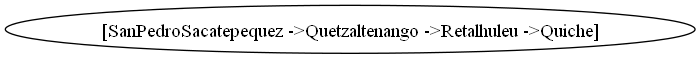
Above: arbolB.png in RudyReyes28/TravelMapGT (Graphviz), before the change. Its source is kept beside it as arbolB.dot.
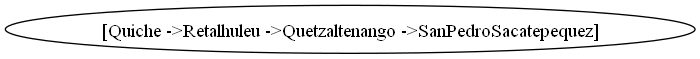
After the change.

The edit, as a diff of the source:
```diff
@@ -1,3 +1,3 @@
 digraph G {
-"[SanPedroSacatepequez ->Quetzaltenango ->Retalhuleu ->Quiche]" [label="[SanPedroSacatepequez ->Quetzaltenango ->Retalhuleu ->Quiche]"];
+"[Quiche ->Retalhuleu ->Quetzaltenango ->SanPedroSacatepequez]" [label="[Quiche ->Retalhuleu ->Quetzaltenango ->SanPedroSacatepequez]"];
 }
```
